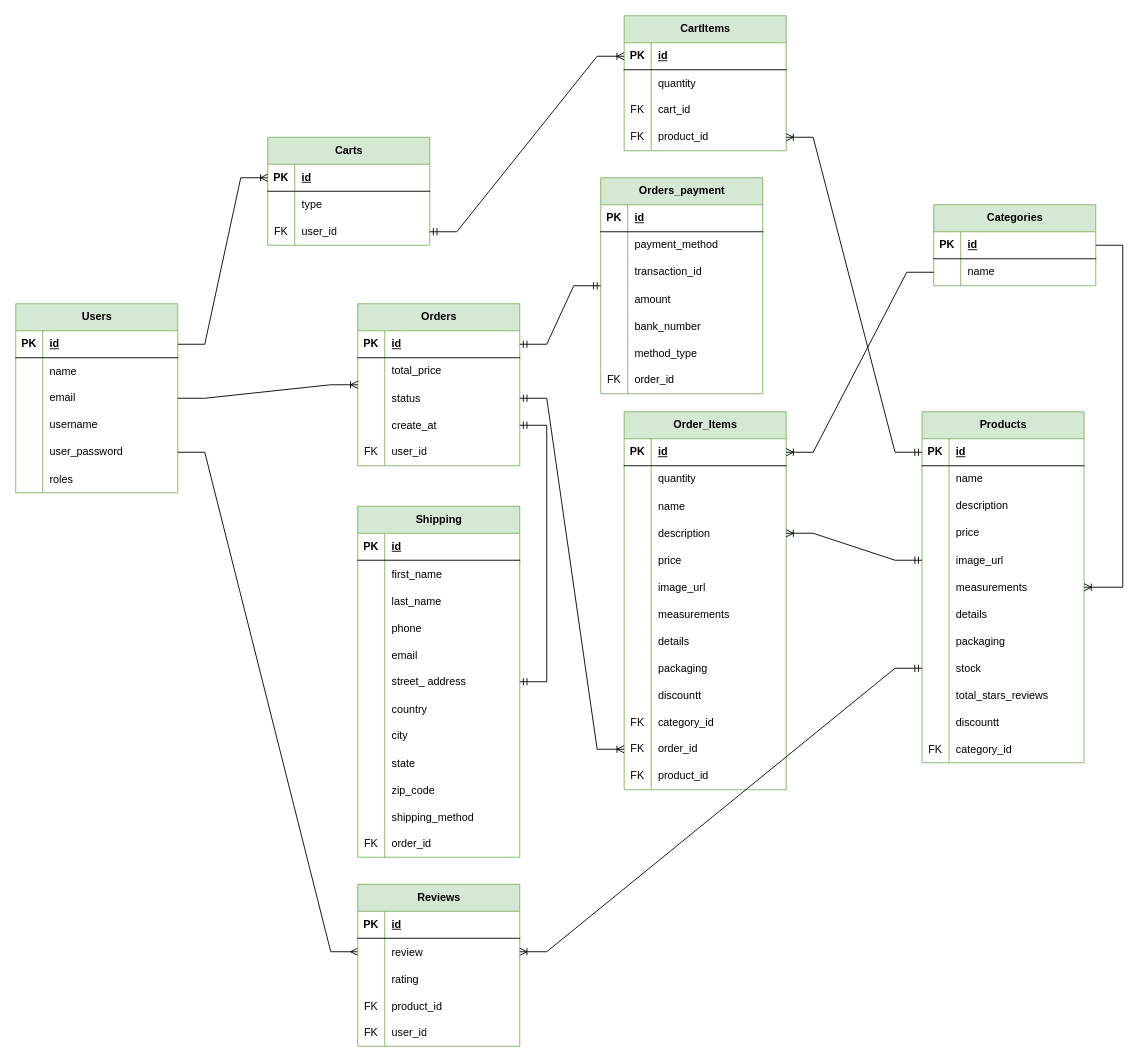
Earlier version of the draw.io diagram ER Diagram.drawio (matobuild/Elegant). Source tidied: cells renumbered, new cells numbered last; positions are measured from the earlier drawing's top-left corner, leaving out a move shared by most shapes. Both pictures are drawn from the tidied source at 90%, with x=0, y=0 at pixel (15, 15).
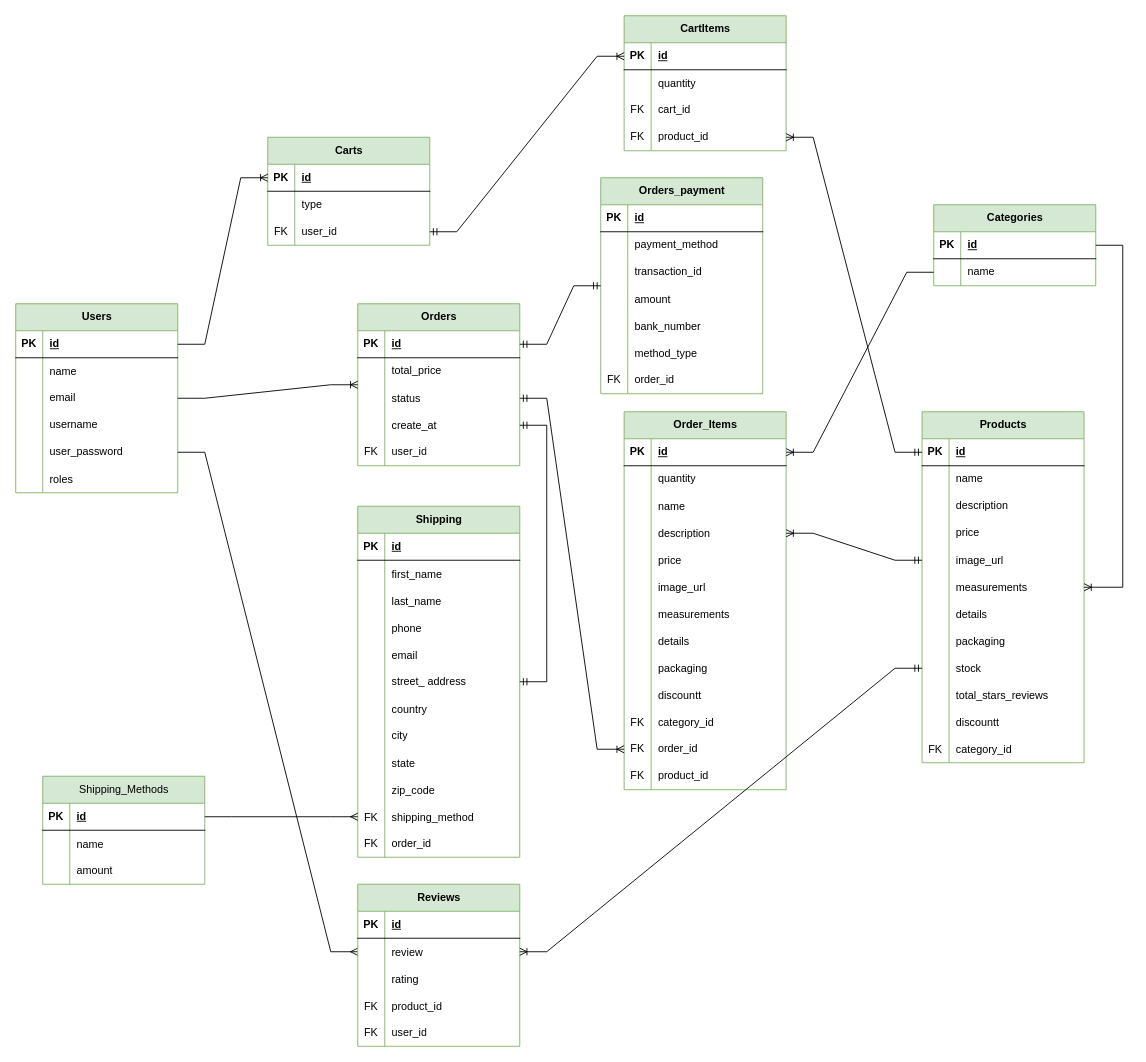
Above is the later version.

Unchanged cells that the change refers to:
```xml
<mxCell id="147" style="shape=tableRow;horizontal=0;startSize=0;swimlaneHead=0;swimlaneBody=0;fillColor=none;points=[[0,0.5],[1,0.5]];portConstraint=eastwest;top=0;left=0;right=0;bottom=0;" parent="116" vertex="1">
  <mxGeometry y="330" width="180" height="30" as="geometry" />
</mxCell>
```

Diff of the diagram source:
```diff
@@
-    <mxCell id="148" style="shape=partialRectangle;fillColor=none;top=0;left=0;bottom=0;right=0;overflow=hidden;" parent="147" vertex="1">
+    <mxCell id="148" value="FK" style="shape=partialRectangle;fillColor=none;top=0;left=0;bottom=0;right=0;overflow=hidden;" parent="147" vertex="1">
       <mxGeometry width="30" height="30" as="geometry" />
     </mxCell>
@@
+    <mxCell id="231" value="&lt;span style=&quot;font-weight: 400; text-align: left;&quot;&gt;Shipping_Methods&lt;/span&gt;" style="shape=table;startSize=30;childLayout=tableLayout;rowLines=0;fontStyle=1;align=center;html=1;fillColor=#d5e8d4;strokeColor=#82b366;" parent="1" vertex="1">
+      <mxGeometry x="30" y="845" width="180" height="120" as="geometry" />
+    </mxCell>
+    <mxCell id="232" style="shape=tableRow;horizontal=0;startSize=0;swimlaneHead=0;swimlaneBody=0;fillColor=none;points=[[0,0.5],[1,0.5]];portConstraint=eastwest;top=0;left=0;right=0;bottom=1;" parent="231" vertex="1">
+      <mxGeometry y="30" width="180" height="30" as="geometry" />
+    </mxCell>
+    <mxCell id="233" value="PK" style="shape=partialRectangle;fillColor=none;top=0;left=0;bottom=0;right=0;fontStyle=1;overflow=hidden;whiteSpace=wrap;html=1;" parent="232" vertex="1">
+      <mxGeometry width="30" height="30" as="geometry" />
+    </mxCell>
+    <mxCell id="234" value="id" style="shape=partialRectangle;fillColor=none;top=0;left=0;bottom=0;right=0;align=left;spacingLeft=6;fontStyle=5;overflow=hidden;whiteSpace=wrap;html=1;" parent="232" vertex="1">
+      <mxGeometry x="30" width="150" height="30" as="geometry" />
+    </mxCell>
+    <mxCell id="235" style="shape=tableRow;horizontal=0;startSize=0;swimlaneHead=0;swimlaneBody=0;fillColor=none;top=0;left=0;right=0;bottom=0;" parent="231" vertex="1">
+      <mxGeometry y="60" width="180" height="30" as="geometry" />
+    </mxCell>
+    <mxCell id="236" style="shape=partialRectangle;fillColor=none;top=0;left=0;bottom=0;right=0;overflow=hidden;" parent="235" vertex="1">
+      <mxGeometry width="30" height="30" as="geometry" />
+    </mxCell>
+    <mxCell id="237" value="name" style="shape=partialRectangle;fillColor=none;top=0;left=0;bottom=0;right=0;align=left;spacingLeft=6;overflow=hidden;" parent="235" vertex="1">
+      <mxGeometry x="30" width="150" height="30" as="geometry" />
+    </mxCell>
+    <mxCell id="238" style="shape=tableRow;horizontal=0;startSize=0;swimlaneHead=0;swimlaneBody=0;fillColor=none;top=0;left=0;right=0;bottom=0;" parent="231" vertex="1">
+      <mxGeometry y="90" width="180" height="30" as="geometry" />
+    </mxCell>
+    <mxCell id="239" style="shape=partialRectangle;fillColor=none;top=0;left=0;bottom=0;right=0;overflow=hidden;whiteSpace=wrap;html=1;" parent="238" vertex="1">
+      <mxGeometry width="30" height="30" as="geometry" />
+    </mxCell>
+    <mxCell id="240" value="amount" style="shape=partialRectangle;fillColor=none;top=0;left=0;bottom=0;right=0;align=left;spacingLeft=6;overflow=hidden;whiteSpace=wrap;html=1;" parent="238" vertex="1">
+      <mxGeometry x="30" width="150" height="30" as="geometry" />
+    </mxCell>
+    <mxCell id="241" style="edgeStyle=entityRelationEdgeStyle;fontSize=12;html=1;endArrow=ERmany;rounded=0;" parent="1" edge="1" source="232" target="147">
+      <mxGeometry relative="1" as="geometry" />
+    </mxCell>
```
